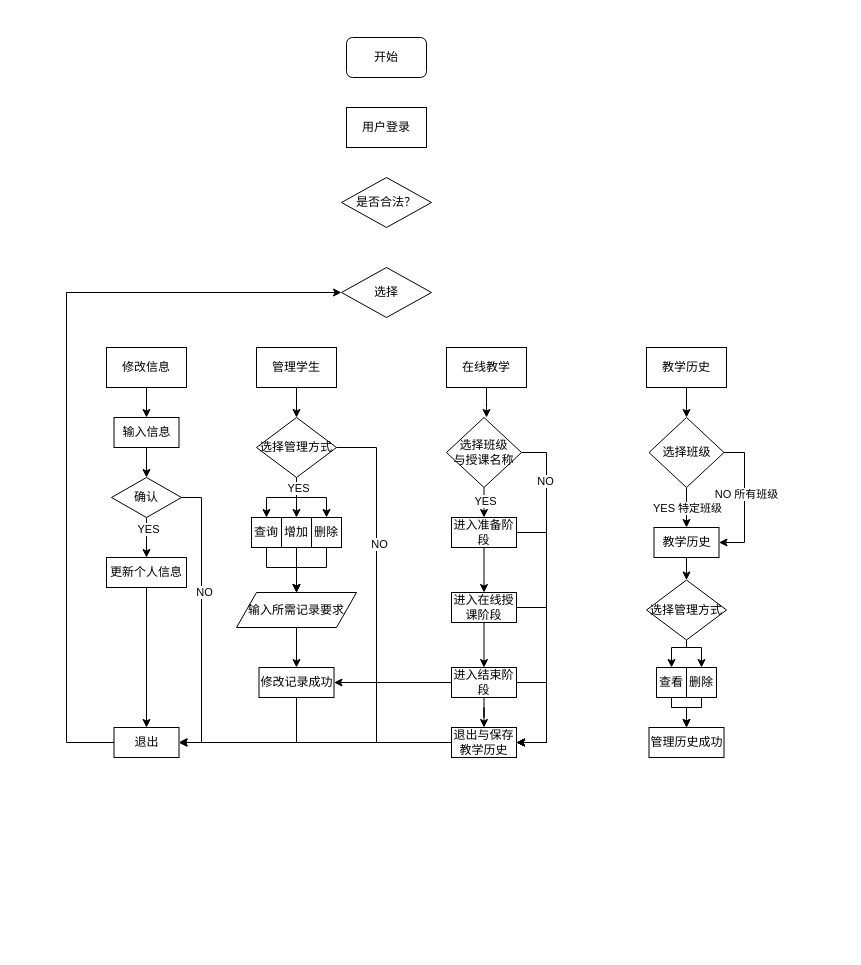
The draw.io diagram all.drawio in Ekko306/diagrams.net, before the edit. Source tidied: cells renumbered, new cells numbered last; positions are measured from the earlier drawing's top-left corner, leaving out a move shared by most shapes. Both pictures are drawn from the tidied source at 100%, with x=0, y=0 at pixel (66, 37).
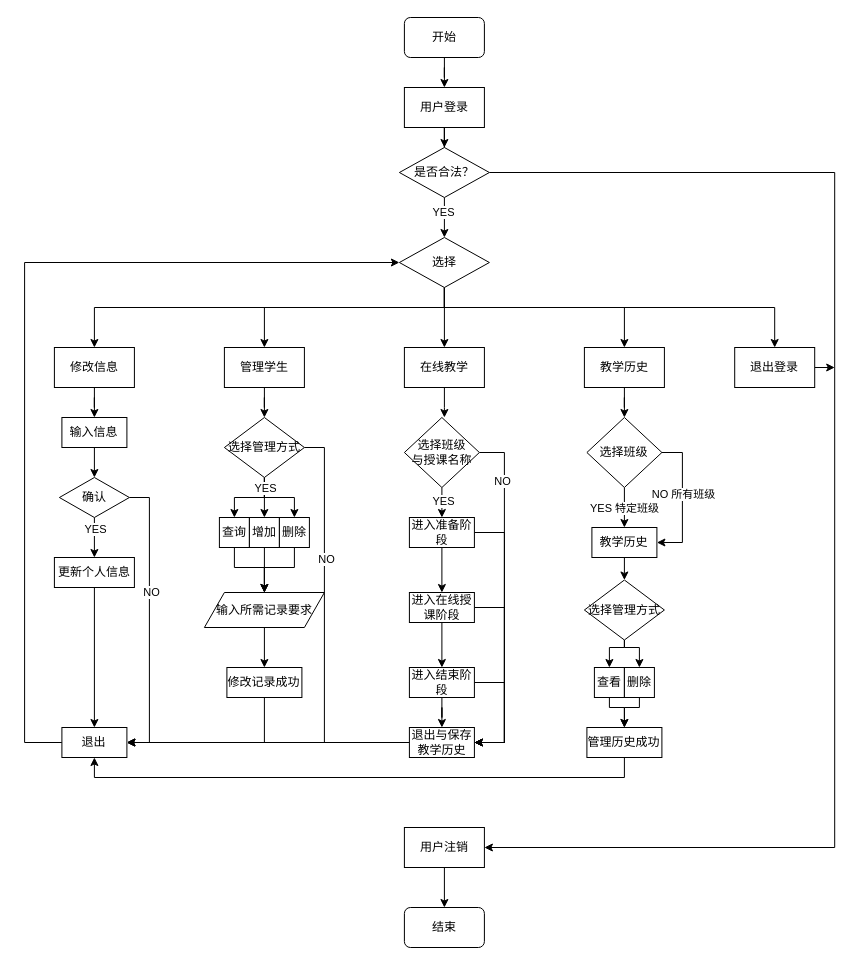
The same diagram, later.

The edit, as a diff of the source:
```diff
@@
+    <mxCell id="74" style="edgeStyle=orthogonalEdgeStyle;rounded=0;jettySize=auto;html=1;entryX=0.5;entryY=0;entryDx=0;entryDy=0;" parent="1" edge="1" source="2" target="3">
+      <mxGeometry relative="1" as="geometry" />
+    </mxCell>
     <mxCell id="2" value="开始" style="rounded=1;whiteSpace=wrap;html=1;" parent="1" vertex="1">
-      <mxGeometry x="280" width="80" height="40" as="geometry" />
+      <mxGeometry x="337.9" y="-20" width="80" height="40" as="geometry" />
     </mxCell>
+    <mxCell id="75" style="edgeStyle=orthogonalEdgeStyle;rounded=0;jettySize=auto;html=1;" parent="1" edge="1" source="3" target="4">
+      <mxGeometry relative="1" as="geometry" />
+    </mxCell>
     <mxCell id="3" value="用户登录" style="rounded=0;whiteSpace=wrap;html=1;" parent="1" vertex="1">
-      <mxGeometry x="280" y="70" width="80" height="40" as="geometry" />
+      <mxGeometry x="337.9" y="50" width="80" height="40" as="geometry" />
     </mxCell>
+    <mxCell id="76" style="edgeStyle=orthogonalEdgeStyle;rounded=0;jettySize=auto;html=1;exitX=0.5;exitY=1;exitDx=0;exitDy=0;entryX=0.5;entryY=0;entryDx=0;entryDy=0;" parent="1" edge="1" source="4" target="5">
+      <mxGeometry relative="1" as="geometry" />
+    </mxCell>
+    <mxCell id="77" value="YES" style="edgeLabel;html=1;align=center;verticalAlign=middle;" parent="76" vertex="1">
+      <mxGeometry x="-0.47" y="-1" relative="1" as="geometry">
+        <mxPoint y="3" as="offset" />
+      </mxGeometry>
+    </mxCell>
+    <mxCell id="78" style="edgeStyle=orthogonalEdgeStyle;rounded=0;jettySize=auto;html=1;entryX=1;entryY=0.5;entryDx=0;entryDy=0;exitX=1;exitY=0.5;exitDx=0;exitDy=0;" parent="1" edge="1" source="4" target="86">
+      <mxGeometry relative="1" as="geometry">
+        <Array as="points">
+          <mxPoint x="768.2" y="135" />
+          <mxPoint x="768.2" y="810" />
+        </Array>
+      </mxGeometry>
+    </mxCell>
     <mxCell id="4" value="是否合法？" style="rhombus;whiteSpace=wrap;html=1;" parent="1" vertex="1">
-      <mxGeometry x="275" y="140" width="90" height="50" as="geometry" />
+      <mxGeometry x="332.9" y="110" width="90" height="50" as="geometry" />
     </mxCell>
+    <mxCell id="79" style="edgeStyle=orthogonalEdgeStyle;rounded=0;jettySize=auto;html=1;entryX=0.5;entryY=0;entryDx=0;entryDy=0;" parent="1" edge="1" source="5" target="11">
+      <mxGeometry relative="1" as="geometry" />
+    </mxCell>
+    <mxCell id="80" style="edgeStyle=orthogonalEdgeStyle;rounded=0;jettySize=auto;html=1;" parent="1" edge="1" source="5" target="7">
+      <mxGeometry relative="1" as="geometry">
+        <Array as="points">
+          <mxPoint x="377.9" y="270" />
+          <mxPoint x="27.9" y="270" />
+        </Array>
+      </mxGeometry>
+    </mxCell>
+    <mxCell id="81" style="edgeStyle=orthogonalEdgeStyle;rounded=0;jettySize=auto;html=1;entryX=0.5;entryY=0;entryDx=0;entryDy=0;" parent="1" edge="1" source="5" target="9">
+      <mxGeometry relative="1" as="geometry">
+        <Array as="points">
+          <mxPoint x="377.9" y="270" />
+          <mxPoint x="197.9" y="270" />
+        </Array>
+      </mxGeometry>
+    </mxCell>
+    <mxCell id="82" style="edgeStyle=orthogonalEdgeStyle;rounded=0;jettySize=auto;html=1;entryX=0.5;entryY=0;entryDx=0;entryDy=0;" parent="1" edge="1" source="5" target="13">
+      <mxGeometry relative="1" as="geometry">
+        <Array as="points">
+          <mxPoint x="377.9" y="270" />
+          <mxPoint x="557.9" y="270" />
+        </Array>
+      </mxGeometry>
+    </mxCell>
+    <mxCell id="83" style="edgeStyle=orthogonalEdgeStyle;rounded=0;jettySize=auto;html=1;entryX=0.5;entryY=0;entryDx=0;entryDy=0;" parent="1" edge="1" source="5" target="88">
+      <mxGeometry relative="1" as="geometry">
+        <Array as="points">
+          <mxPoint x="378.2" y="270" />
+          <mxPoint x="708.2" y="270" />
+        </Array>
+      </mxGeometry>
+    </mxCell>
     <mxCell id="5" value="选择" style="rhombus;whiteSpace=wrap;html=1;" parent="1" vertex="1">
-      <mxGeometry x="275" y="230" width="90" height="50" as="geometry" />
+      <mxGeometry x="332.9" y="200" width="90" height="50" as="geometry" />
     </mxCell>
@@
     <mxCell id="7" value="修改信息" style="rounded=0;whiteSpace=wrap;html=1;" parent="1" vertex="1">
-      <mxGeometry x="40" y="310" width="80" height="40" as="geometry" />
+      <mxGeometry x="-12.1" y="310" width="80" height="40" as="geometry" />
     </mxCell>
@@
     <mxCell id="9" value="管理学生" style="rounded=0;whiteSpace=wrap;html=1;" parent="1" vertex="1">
-      <mxGeometry x="190" y="310" width="80" height="40" as="geometry" />
+      <mxGeometry x="157.9" y="310" width="80" height="40" as="geometry" />
     </mxCell>
     <mxCell id="10" style="edgeStyle=orthogonalEdgeStyle;rounded=0;jettySize=auto;html=1;" parent="1" edge="1" source="11">
       <mxGeometry relative="1" as="geometry">
-        <mxPoint x="420" y="380" as="targetPoint" />
+        <mxPoint x="377.9" y="380" as="targetPoint" />
       </mxGeometry>
     </mxCell>
     <mxCell id="11" value="在线教学" style="rounded=0;whiteSpace=wrap;html=1;" parent="1" vertex="1">
-      <mxGeometry x="380" y="310" width="80" height="40" as="geometry" />
+      <mxGeometry x="337.9" y="310" width="80" height="40" as="geometry" />
     </mxCell>
@@
     <mxCell id="13" value="教学历史" style="rounded=0;whiteSpace=wrap;html=1;" parent="1" vertex="1">
-      <mxGeometry x="580" y="310" width="80" height="40" as="geometry" />
+      <mxGeometry x="517.9" y="310" width="80" height="40" as="geometry" />
     </mxCell>
@@
     <mxCell id="18" style="edgeStyle=orthogonalEdgeStyle;rounded=0;jettySize=auto;html=1;exitX=1;exitY=0.5;exitDx=0;exitDy=0;entryX=1;entryY=0.5;entryDx=0;entryDy=0;" parent="1" edge="1" source="20" target="37">
       <mxGeometry relative="1" as="geometry">
         <Array as="points">
-          <mxPoint x="310" y="410" />
-          <mxPoint x="310" y="705" />
+          <mxPoint x="257.9" y="410" />
+          <mxPoint x="257.9" y="705" />
         </Array>
       </mxGeometry>
     </mxCell>
@@
     <mxCell id="20" value="选择管理方式" style="rhombus;whiteSpace=wrap;html=1;" parent="1" vertex="1">
-      <mxGeometry x="190" y="380" width="80" height="60" as="geometry" />
+      <mxGeometry x="157.9" y="380" width="80" height="60" as="geometry" />
     </mxCell>
     <mxCell id="21" style="edgeStyle=orthogonalEdgeStyle;rounded=0;jettySize=auto;html=1;exitX=0.5;exitY=1;exitDx=0;exitDy=0;entryX=0.5;entryY=0;entryDx=0;entryDy=0;" parent="1" edge="1" source="22" target="39">
       <mxGeometry relative="1" as="geometry">
         <Array as="points">
-          <mxPoint x="200" y="530" />
-          <mxPoint x="230" y="530" />
+          <mxPoint x="167.9" y="530" />
+          <mxPoint x="197.9" y="530" />
         </Array>
       </mxGeometry>
     </mxCell>
     <mxCell id="22" value="查询" style="rounded=0;whiteSpace=wrap;html=1;" parent="1" vertex="1">
-      <mxGeometry x="185" y="480" width="30" height="30" as="geometry" />
+      <mxGeometry x="152.9" y="480" width="30" height="30" as="geometry" />
     </mxCell>
@@
     <mxCell id="24" value="增加" style="rounded=0;whiteSpace=wrap;html=1;" parent="1" vertex="1">
-      <mxGeometry x="215" y="480" width="30" height="30" as="geometry" />
+      <mxGeometry x="182.9" y="480" width="30" height="30" as="geometry" />
     </mxCell>
     <mxCell id="25" style="edgeStyle=orthogonalEdgeStyle;rounded=0;jettySize=auto;html=1;exitX=0.5;exitY=1;exitDx=0;exitDy=0;entryX=0.5;entryY=0;entryDx=0;entryDy=0;" parent="1" edge="1" source="26" target="39">
       <mxGeometry relative="1" as="geometry">
         <Array as="points">
-          <mxPoint x="260" y="530" />
-          <mxPoint x="230" y="530" />
+          <mxPoint x="227.9" y="530" />
+          <mxPoint x="197.9" y="530" />
         </Array>
       </mxGeometry>
     </mxCell>
     <mxCell id="26" value="删除" style="rounded=0;whiteSpace=wrap;html=1;" parent="1" vertex="1">
-      <mxGeometry x="245" y="480" width="30" height="30" as="geometry" />
+      <mxGeometry x="212.9" y="480" width="30" height="30" as="geometry" />
     </mxCell>
@@
     <mxCell id="28" value="输入信息" style="rounded=0;whiteSpace=wrap;html=1;" parent="1" vertex="1">
-      <mxGeometry x="47.5" y="380" width="65" height="30" as="geometry" />
+      <mxGeometry x="-4.6" y="380" width="65" height="30" as="geometry" />
     </mxCell>
@@
     <mxCell id="33" value="确认" style="rhombus;whiteSpace=wrap;html=1;" parent="1" vertex="1">
-      <mxGeometry x="45" y="440" width="70" height="40" as="geometry" />
+      <mxGeometry x="-7.1" y="440" width="70" height="40" as="geometry" />
     </mxCell>
@@
     <mxCell id="35" value="更新个人信息" style="rounded=0;whiteSpace=wrap;html=1;" parent="1" vertex="1">
-      <mxGeometry x="40" y="520" width="80" height="30" as="geometry" />
+      <mxGeometry x="-12.1" y="520" width="80" height="30" as="geometry" />
     </mxCell>
     <mxCell id="36" style="edgeStyle=orthogonalEdgeStyle;rounded=0;jettySize=auto;html=1;entryX=0;entryY=0.5;entryDx=0;entryDy=0;" parent="1" edge="1" source="37" target="5">
       <mxGeometry relative="1" as="geometry">
         <Array as="points">
-          <mxPoint y="705" />
-          <mxPoint y="255" />
+          <mxPoint x="-41.9" y="705" />
+          <mxPoint x="-41.9" y="225" />
         </Array>
       </mxGeometry>
     </mxCell>
     <mxCell id="37" value="退出" style="rounded=0;whiteSpace=wrap;html=1;" parent="1" vertex="1">
-      <mxGeometry x="47.5" y="690" width="65" height="30" as="geometry" />
+      <mxGeometry x="-4.6" y="690" width="65" height="30" as="geometry" />
     </mxCell>
@@
     <mxCell id="39" value="输入所需记录要求" style="shape=parallelogram;perimeter=parallelogramPerimeter;whiteSpace=wrap;html=1;fixedSize=1;" parent="1" vertex="1">
-      <mxGeometry x="170" y="555" width="120" height="35" as="geometry" />
+      <mxGeometry x="137.9" y="555" width="120" height="35" as="geometry" />
     </mxCell>
     <mxCell id="40" style="edgeStyle=orthogonalEdgeStyle;rounded=0;jettySize=auto;html=1;entryX=1;entryY=0.5;entryDx=0;entryDy=0;" parent="1" edge="1" source="41" target="37">
       <mxGeometry relative="1" as="geometry">
         <Array as="points">
-          <mxPoint x="230" y="705" />
+          <mxPoint x="197.9" y="705" />
         </Array>
       </mxGeometry>
     </mxCell>
     <mxCell id="41" value="修改记录成功" style="rounded=0;whiteSpace=wrap;html=1;" parent="1" vertex="1">
-      <mxGeometry x="192.5" y="630" width="75" height="30" as="geometry" />
+      <mxGeometry x="160.4" y="630" width="75" height="30" as="geometry" />
     </mxCell>
@@
     <mxCell id="43" style="edgeStyle=orthogonalEdgeStyle;rounded=0;jettySize=auto;html=1;entryX=1;entryY=0.5;entryDx=0;entryDy=0;" parent="1" edge="1" source="44" target="53">
       <mxGeometry relative="1" as="geometry">
         <Array as="points">
-          <mxPoint x="480" y="495" />
-          <mxPoint x="480" y="705" />
+          <mxPoint x="437.9" y="495" />
+          <mxPoint x="437.9" y="705" />
         </Array>
       </mxGeometry>
     </mxCell>
     <mxCell id="44" value="进入准备阶段" style="rounded=0;whiteSpace=wrap;html=1;" parent="1" vertex="1">
-      <mxGeometry x="385" y="480" width="65" height="30" as="geometry" />
+      <mxGeometry x="342.9" y="480" width="65" height="30" as="geometry" />
     </mxCell>
@@
     <mxCell id="46" style="edgeStyle=orthogonalEdgeStyle;rounded=0;jettySize=auto;html=1;entryX=1;entryY=0.5;entryDx=0;entryDy=0;" parent="1" edge="1" source="47" target="53">
       <mxGeometry relative="1" as="geometry">
         <Array as="points">
-          <mxPoint x="480" y="570" />
-          <mxPoint x="480" y="705" />
+          <mxPoint x="437.9" y="570" />
+          <mxPoint x="437.9" y="705" />
         </Array>
       </mxGeometry>
     </mxCell>
     <mxCell id="47" value="进入在线授课阶段" style="rounded=0;whiteSpace=wrap;html=1;" parent="1" vertex="1">
-      <mxGeometry x="385" y="555" width="65" height="30" as="geometry" />
+      <mxGeometry x="342.9" y="555" width="65" height="30" as="geometry" />
     </mxCell>
@@
     <mxCell id="49" style="edgeStyle=orthogonalEdgeStyle;rounded=0;jettySize=auto;html=1;entryX=1;entryY=0.5;entryDx=0;entryDy=0;" parent="1" edge="1" source="51" target="53">
       <mxGeometry relative="1" as="geometry">
         <Array as="points">
-          <mxPoint x="480" y="645" />
-          <mxPoint x="480" y="705" />
+          <mxPoint x="437.9" y="645" />
+          <mxPoint x="437.9" y="705" />
         </Array>
       </mxGeometry>
     </mxCell>
-    <mxCell id="50" style="edgeStyle=orthogonalEdgeStyle;rounded=0;jettySize=auto;html=1;" parent="1" edge="1" source="51" target="41">
-      <mxGeometry relative="1" as="geometry" />
-    </mxCell>
     <mxCell id="51" value="进入结束阶段" style="rounded=0;whiteSpace=wrap;html=1;" parent="1" vertex="1">
-      <mxGeometry x="385" y="630" width="65" height="30" as="geometry" />
+      <mxGeometry x="342.9" y="630" width="65" height="30" as="geometry" />
     </mxCell>
@@
     <mxCell id="53" value="退出与保存教学历史" style="rounded=0;whiteSpace=wrap;html=1;" parent="1" vertex="1">
-      <mxGeometry x="385" y="690" width="65" height="30" as="geometry" />
+      <mxGeometry x="342.9" y="690" width="65" height="30" as="geometry" />
     </mxCell>
@@
     <mxCell id="56" style="edgeStyle=orthogonalEdgeStyle;rounded=0;jettySize=auto;html=1;entryX=1;entryY=0.5;entryDx=0;entryDy=0;" parent="1" edge="1" source="58" target="53">
       <mxGeometry relative="1" as="geometry">
         <Array as="points">
-          <mxPoint x="480" y="415" />
-          <mxPoint x="480" y="705" />
+          <mxPoint x="437.9" y="415" />
+          <mxPoint x="437.9" y="705" />
         </Array>
       </mxGeometry>
     </mxCell>
@@
     <mxCell id="58" value="选择班级&lt;br&gt;与授课名称" style="rhombus;whiteSpace=wrap;html=1;" parent="1" vertex="1">
-      <mxGeometry x="380" y="380" width="75" height="70" as="geometry" />
+      <mxGeometry x="337.9" y="380" width="75" height="70" as="geometry" />
     </mxCell>
@@
     <mxCell id="61" style="edgeStyle=orthogonalEdgeStyle;rounded=0;jettySize=auto;html=1;entryX=1;entryY=0.5;entryDx=0;entryDy=0;" parent="1" edge="1" source="63" target="65">
       <mxGeometry relative="1" as="geometry">
         <Array as="points">
-          <mxPoint x="678" y="415" />
-          <mxPoint x="678" y="505" />
+          <mxPoint x="615.9" y="415" />
+          <mxPoint x="615.9" y="505" />
         </Array>
       </mxGeometry>
     </mxCell>
@@
     <mxCell id="63" value="选择班级" style="rhombus;whiteSpace=wrap;html=1;" parent="1" vertex="1">
-      <mxGeometry x="582.5" y="380" width="75" height="70" as="geometry" />
+      <mxGeometry x="520.4" y="380" width="75" height="70" as="geometry" />
     </mxCell>
@@
     <mxCell id="65" value="教学历史" style="rounded=0;whiteSpace=wrap;html=1;" parent="1" vertex="1">
-      <mxGeometry x="587.5" y="490" width="65" height="30" as="geometry" />
+      <mxGeometry x="525.4" y="490" width="65" height="30" as="geometry" />
     </mxCell>
     <mxCell id="66" style="edgeStyle=orthogonalEdgeStyle;rounded=0;jettySize=auto;html=1;exitX=0.5;exitY=1;exitDx=0;exitDy=0;entryX=0.5;entryY=0;entryDx=0;entryDy=0;" parent="1" edge="1" source="68" target="70">
       <mxGeometry relative="1" as="geometry">
         <Array as="points">
-          <mxPoint x="620" y="610" />
-          <mxPoint x="605" y="610" />
+          <mxPoint x="557.9" y="610" />
+          <mxPoint x="542.9" y="610" />
         </Array>
       </mxGeometry>
     </mxCell>
     <mxCell id="67" style="edgeStyle=orthogonalEdgeStyle;rounded=0;jettySize=auto;html=1;exitX=0.5;exitY=1;exitDx=0;exitDy=0;entryX=0.5;entryY=0;entryDx=0;entryDy=0;" parent="1" edge="1" source="68" target="72">
       <mxGeometry relative="1" as="geometry">
         <Array as="points">
-          <mxPoint x="620" y="610" />
-          <mxPoint x="635" y="610" />
+          <mxPoint x="557.9" y="610" />
+          <mxPoint x="572.9" y="610" />
         </Array>
       </mxGeometry>
     </mxCell>
     <mxCell id="68" value="选择管理方式" style="rhombus;whiteSpace=wrap;html=1;" parent="1" vertex="1">
-      <mxGeometry x="580" y="542.5" width="80" height="60" as="geometry" />
+      <mxGeometry x="517.9" y="542.5" width="80" height="60" as="geometry" />
     </mxCell>
     <mxCell id="69" style="edgeStyle=orthogonalEdgeStyle;rounded=0;jettySize=auto;html=1;exitX=0.5;exitY=1;exitDx=0;exitDy=0;entryX=0.5;entryY=0;entryDx=0;entryDy=0;" parent="1" edge="1" source="70" target="73">
       <mxGeometry relative="1" as="geometry">
         <Array as="points">
-          <mxPoint x="605" y="670" />
-          <mxPoint x="620" y="670" />
+          <mxPoint x="542.9" y="670" />
+          <mxPoint x="557.9" y="670" />
         </Array>
       </mxGeometry>
     </mxCell>
     <mxCell id="70" value="查看" style="rounded=0;whiteSpace=wrap;html=1;" parent="1" vertex="1">
-      <mxGeometry x="590" y="630" width="30" height="30" as="geometry" />
+      <mxGeometry x="527.9" y="630" width="30" height="30" as="geometry" />
     </mxCell>
     <mxCell id="71" style="edgeStyle=orthogonalEdgeStyle;rounded=0;jettySize=auto;html=1;exitX=0.5;exitY=1;exitDx=0;exitDy=0;entryX=0.5;entryY=0;entryDx=0;entryDy=0;" parent="1" edge="1" source="72" target="73">
       <mxGeometry relative="1" as="geometry">
         <Array as="points">
-          <mxPoint x="635" y="670" />
-          <mxPoint x="620" y="670" />
+          <mxPoint x="572.9" y="670" />
+          <mxPoint x="557.9" y="670" />
         </Array>
       </mxGeometry>
     </mxCell>
     <mxCell id="72" value="删除" style="rounded=0;whiteSpace=wrap;html=1;" parent="1" vertex="1">
-      <mxGeometry x="620" y="630" width="30" height="30" as="geometry" />
+      <mxGeometry x="557.9" y="630" width="30" height="30" as="geometry" />
     </mxCell>
+    <mxCell id="84" style="edgeStyle=orthogonalEdgeStyle;rounded=0;jettySize=auto;html=1;exitX=0.5;exitY=1;exitDx=0;exitDy=0;entryX=0.5;entryY=1;entryDx=0;entryDy=0;" parent="1" edge="1" source="73" target="37">
+      <mxGeometry relative="1" as="geometry" />
+    </mxCell>
     <mxCell id="73" value="管理历史成功" style="rounded=0;whiteSpace=wrap;html=1;" parent="1" vertex="1">
-      <mxGeometry x="582.5" y="690" width="75" height="30" as="geometry" />
+      <mxGeometry x="520.4" y="690" width="75" height="30" as="geometry" />
     </mxCell>
+    <mxCell id="85" style="edgeStyle=orthogonalEdgeStyle;rounded=0;jettySize=auto;html=1;entryX=0.5;entryY=0;entryDx=0;entryDy=0;" parent="1" edge="1" source="86" target="89">
+      <mxGeometry relative="1" as="geometry" />
+    </mxCell>
+    <mxCell id="86" value="用户注销" style="rounded=0;whiteSpace=wrap;html=1;" parent="1" vertex="1">
+      <mxGeometry x="337.9" y="790" width="80" height="40" as="geometry" />
+    </mxCell>
+    <mxCell id="87" style="edgeStyle=orthogonalEdgeStyle;rounded=0;jettySize=auto;html=1;" parent="1" edge="1" source="88">
+      <mxGeometry relative="1" as="geometry">
+        <mxPoint x="768.2" y="330" as="targetPoint" />
+      </mxGeometry>
+    </mxCell>
+    <mxCell id="88" value="退出登录" style="rounded=0;whiteSpace=wrap;html=1;" parent="1" vertex="1">
+      <mxGeometry x="668.2" y="310" width="80" height="40" as="geometry" />
+    </mxCell>
+    <mxCell id="89" value="结束" style="rounded=1;whiteSpace=wrap;html=1;" parent="1" vertex="1">
+      <mxGeometry x="337.9" y="870" width="80" height="40" as="geometry" />
+    </mxCell>
```
